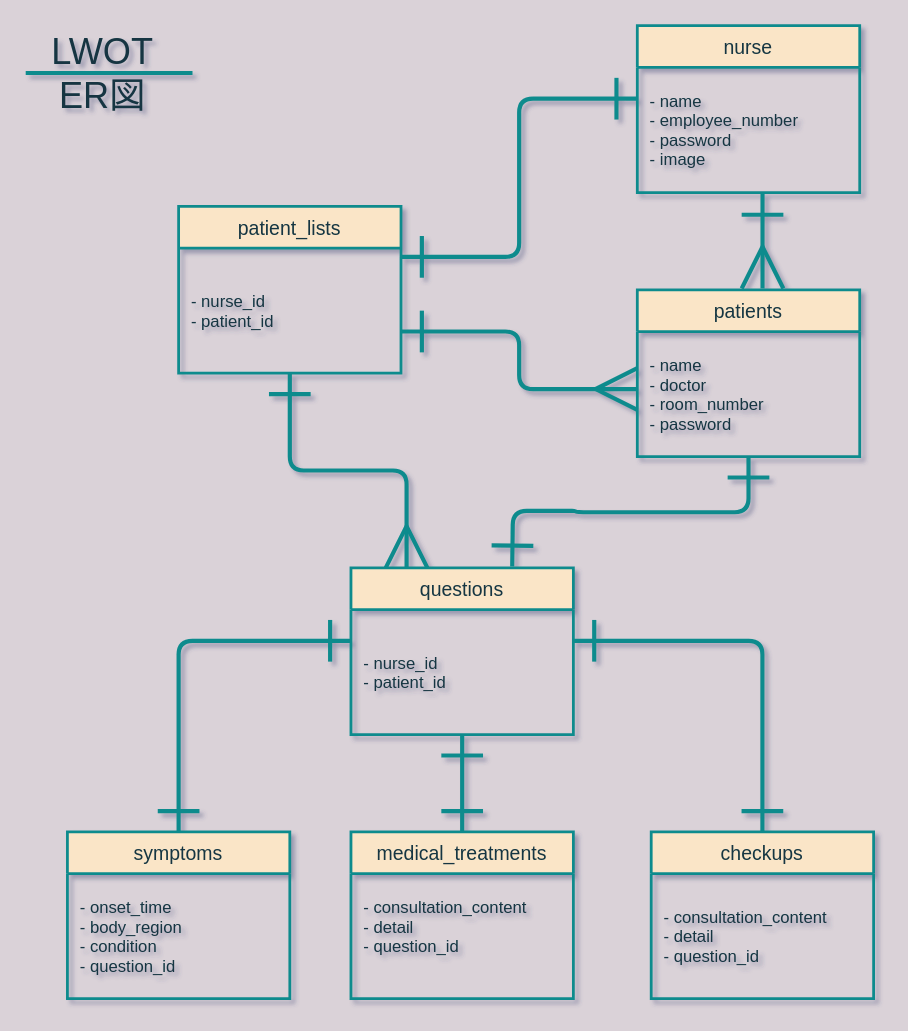
The draw.io diagram ER図.dio in yukikokisa/LWOT, before the edit. Source tidied: cells renumbered, new cells numbered last; positions are measured from the earlier drawing's top-left corner, leaving out a move shared by most shapes. Both pictures are drawn from the tidied source at 139%, with x=0, y=0 at pixel (25, 25).
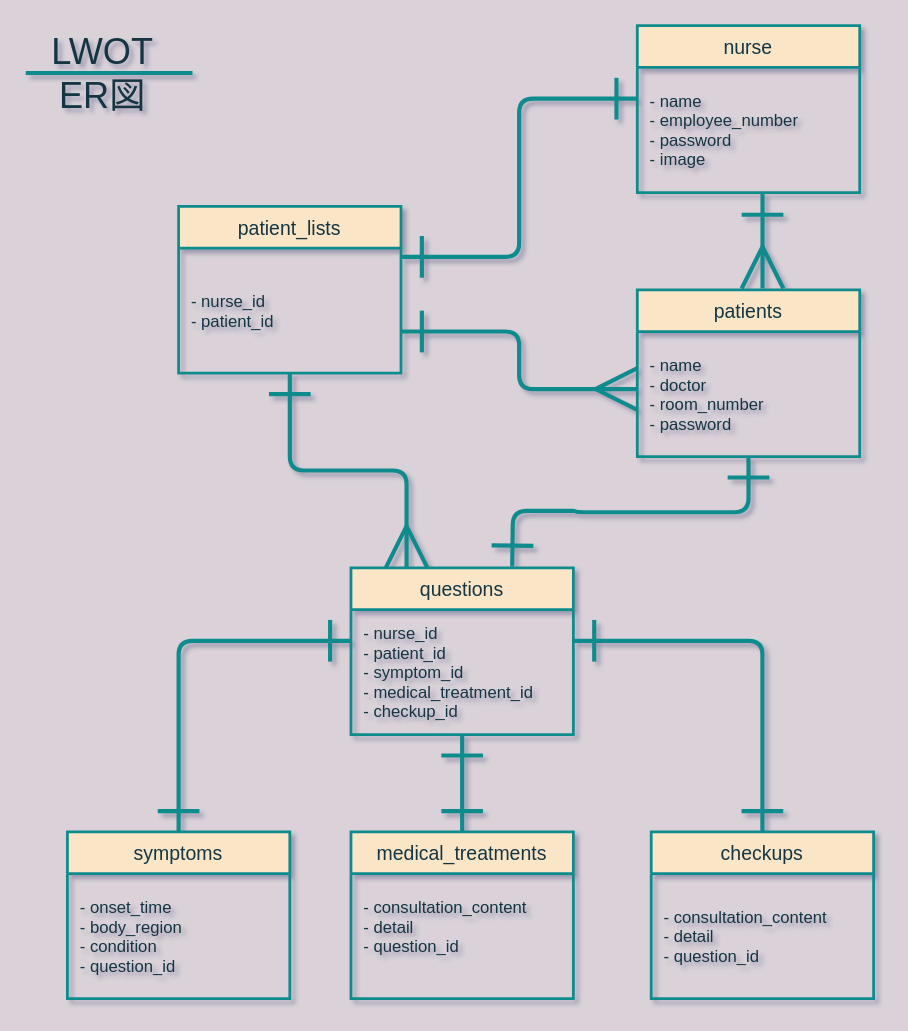
The same diagram, later.

The change refers to these unchanged cells:
```xml
<mxCell id="11" value="questions" style="swimlane;horizontal=1;startSize=30;rounded=0;fontSize=14;fontStyle=0;strokeWidth=2;shadow=0;dashed=0;align=center;fillColor=#FAE5C7;strokeColor=#0F8B8D;fontColor=#143642;" parent="1" vertex="1">
  <mxGeometry x="234" y="390" width="160" height="120" as="geometry" />
</mxCell>
```

The edit, as a diff of the source:
```diff
@@
-    <mxCell id="12" value=" - nurse_id&#10; - patient_id" style="align=left;strokeColor=none;fillColor=none;spacingLeft=4;fontSize=12;verticalAlign=middle;fontColor=#143642;" parent="11" vertex="1">
+    <mxCell id="12" value=" - nurse_id&#10; - patient_id&#10; - symptom_id&#10; - medical_treatment_id&#10; - checkup_id" style="align=left;strokeColor=none;fillColor=none;spacingLeft=4;fontSize=12;verticalAlign=middle;fontColor=#143642;" parent="11" vertex="1">
       <mxGeometry y="30" width="160" height="90" as="geometry" />
     </mxCell>
```
